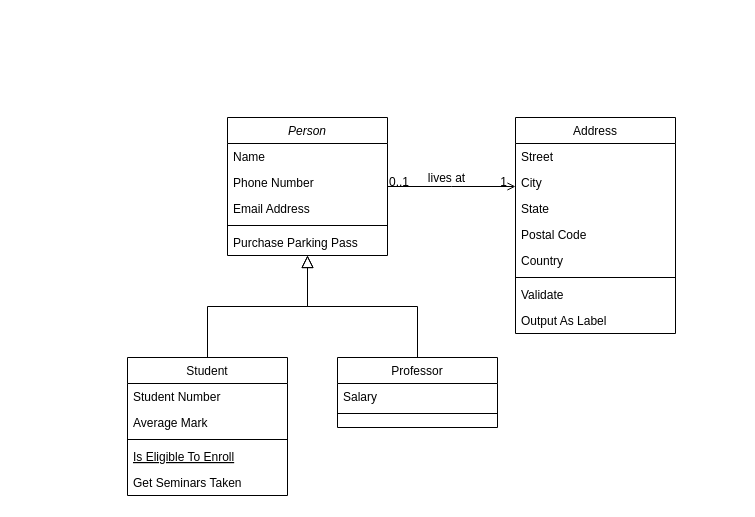
This is a. Examens&Opdrachten/Untitled Diagram.drawio from maartendebeuf/CSharpProgrammeren, a draw.io file, before an edit. Source tidied: cells renumbered, new cells numbered last; positions are measured from the earlier drawing's top-left corner, leaving out a move shared by most shapes. Both pictures are drawn from the tidied source at 100%, with x=0, y=0 at pixel (127, 117).
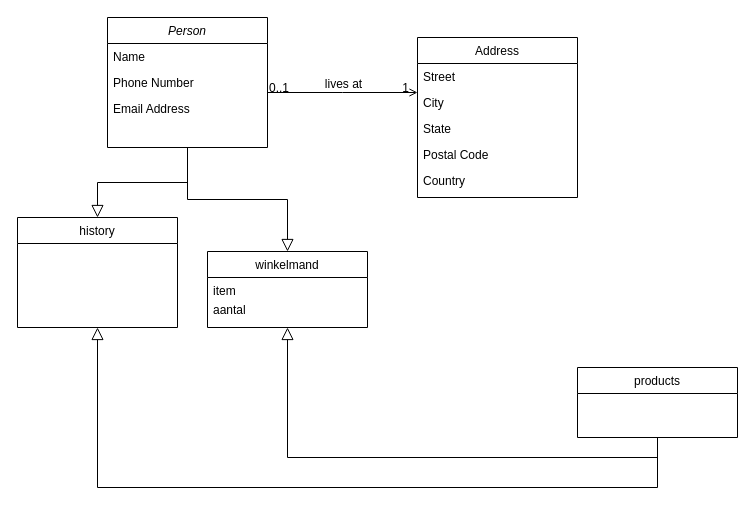
The same diagram, later.

Change to the diagram source:
```diff
@@
     <mxCell id="2" value="Person" style="swimlane;fontStyle=2;align=center;verticalAlign=top;horizontal=1;startSize=26;rounded=0;shadow=0;strokeWidth=1;" parent="1" vertex="1">
-      <mxGeometry x="100" width="160" height="138" as="geometry" />
+      <mxGeometry x="-20" y="-100" width="160" height="130" as="geometry" />
     </mxCell>
@@
-    <mxCell id="6" style="line;html=1;strokeWidth=1;align=left;verticalAlign=middle;spacingTop=-1;spacingLeft=3;spacingRight=3;labelPosition=right;" parent="2" vertex="1">
-      <mxGeometry y="104" width="160" height="8" as="geometry" />
-    </mxCell>
-    <mxCell id="7" value="Purchase Parking Pass" style="text;align=left;verticalAlign=top;spacingLeft=4;spacingRight=4;overflow=hidden;" parent="2" vertex="1">
-      <mxGeometry y="112" width="160" height="26" as="geometry" />
-    </mxCell>
-    <mxCell id="8" value="Student" style="swimlane;fontStyle=0;align=center;verticalAlign=top;horizontal=1;startSize=26;rounded=0;shadow=0;strokeWidth=1;" parent="1" vertex="1">
-      <mxGeometry y="240" width="160" height="138" as="geometry" />
+    <mxCell id="8" value="history" style="swimlane;fontStyle=0;align=center;verticalAlign=top;horizontal=1;startSize=26;rounded=0;shadow=0;strokeWidth=1;" parent="1" vertex="1">
+      <mxGeometry x="-110" y="100" width="160" height="110" as="geometry" />
     </mxCell>
-    <mxCell id="9" value="Student Number" style="text;align=left;verticalAlign=top;spacingLeft=4;spacingRight=4;overflow=hidden;" parent="8" vertex="1">
-      <mxGeometry y="26" width="160" height="26" as="geometry" />
-    </mxCell>
-    <mxCell id="10" value="Average Mark" style="text;align=left;verticalAlign=top;spacingLeft=4;spacingRight=4;overflow=hidden;rounded=0;shadow=0;html=0;" parent="8" vertex="1">
-      <mxGeometry y="52" width="160" height="26" as="geometry" />
-    </mxCell>
-    <mxCell id="11" style="line;html=1;strokeWidth=1;align=left;verticalAlign=middle;spacingTop=-1;spacingLeft=3;spacingRight=3;labelPosition=right;" parent="8" vertex="1">
-      <mxGeometry y="78" width="160" height="8" as="geometry" />
-    </mxCell>
-    <mxCell id="12" value="Is Eligible To Enroll" style="text;align=left;verticalAlign=top;spacingLeft=4;spacingRight=4;overflow=hidden;fontStyle=4;" parent="8" vertex="1">
-      <mxGeometry y="86" width="160" height="26" as="geometry" />
-    </mxCell>
-    <mxCell id="13" value="Get Seminars Taken" style="text;align=left;verticalAlign=top;spacingLeft=4;spacingRight=4;overflow=hidden;" parent="8" vertex="1">
-      <mxGeometry y="112" width="160" height="26" as="geometry" />
-    </mxCell>
-    <mxCell id="14" style="endArrow=block;endSize=10;endFill=0;shadow=0;strokeWidth=1;rounded=0;edgeStyle=elbowEdgeStyle;elbow=vertical;" parent="1" edge="1" source="8" target="2">
+    <mxCell id="14" style="endArrow=block;endSize=10;endFill=0;shadow=0;strokeWidth=1;rounded=0;edgeStyle=elbowEdgeStyle;elbow=vertical;entryX=0.5;entryY=0;entryDx=0;entryDy=0;exitX=0.5;exitY=1;exitDx=0;exitDy=0;" parent="1" edge="1" source="2" target="8">
       <mxGeometry relative="1" as="geometry" />
     </mxCell>
-    <mxCell id="15" value="Professor" style="swimlane;fontStyle=0;align=center;verticalAlign=top;horizontal=1;startSize=26;rounded=0;shadow=0;strokeWidth=1;" parent="1" vertex="1">
-      <mxGeometry x="210" y="240" width="160" height="70" as="geometry" />
+    <mxCell id="15" value="winkelmand" style="swimlane;fontStyle=0;align=center;verticalAlign=top;horizontal=1;startSize=26;rounded=0;shadow=0;strokeWidth=1;" parent="1" vertex="1">
+      <mxGeometry x="80" y="134" width="160" height="76" as="geometry" />
     </mxCell>
-    <mxCell id="16" value="Salary" style="text;align=left;verticalAlign=top;spacingLeft=4;spacingRight=4;overflow=hidden;" parent="15" vertex="1">
+    <mxCell id="16" value="item&#10;" style="text;align=left;verticalAlign=top;spacingLeft=4;spacingRight=4;overflow=hidden;" parent="15" vertex="1">
       <mxGeometry y="26" width="160" height="26" as="geometry" />
     </mxCell>
-    <mxCell id="17" style="line;html=1;strokeWidth=1;align=left;verticalAlign=middle;spacingTop=-1;spacingLeft=3;spacingRight=3;labelPosition=right;" parent="15" vertex="1">
-      <mxGeometry y="52" width="160" height="8" as="geometry" />
-    </mxCell>
-    <mxCell id="18" style="endArrow=block;endSize=10;endFill=0;shadow=0;strokeWidth=1;rounded=0;edgeStyle=elbowEdgeStyle;elbow=vertical;" parent="1" edge="1" source="15" target="2">
+    <mxCell id="18" style="endArrow=block;endSize=10;endFill=0;shadow=0;strokeWidth=1;rounded=0;edgeStyle=elbowEdgeStyle;elbow=vertical;entryX=0.5;entryY=0;entryDx=0;entryDy=0;exitX=0.5;exitY=1;exitDx=0;exitDy=0;" parent="1" edge="1" source="2" target="15">
       <mxGeometry relative="1" as="geometry" />
     </mxCell>
     <mxCell id="19" value="Address" style="swimlane;fontStyle=0;align=center;verticalAlign=top;horizontal=1;startSize=26;rounded=0;shadow=0;strokeWidth=1;" parent="1" vertex="1">
-      <mxGeometry x="388" width="160" height="216" as="geometry" />
+      <mxGeometry x="290" y="-80" width="160" height="160" as="geometry" />
     </mxCell>
@@
-    <mxCell id="25" style="line;html=1;strokeWidth=1;align=left;verticalAlign=middle;spacingTop=-1;spacingLeft=3;spacingRight=3;labelPosition=right;" parent="19" vertex="1">
-      <mxGeometry y="156" width="160" height="8" as="geometry" />
-    </mxCell>
-    <mxCell id="26" value="Validate" style="text;align=left;verticalAlign=top;spacingLeft=4;spacingRight=4;overflow=hidden;" parent="19" vertex="1">
-      <mxGeometry y="164" width="160" height="26" as="geometry" />
-    </mxCell>
-    <mxCell id="27" value="Output As Label" style="text;align=left;verticalAlign=top;spacingLeft=4;spacingRight=4;overflow=hidden;" parent="19" vertex="1">
-      <mxGeometry y="190" width="160" height="26" as="geometry" />
-    </mxCell>
@@
+    <mxCell id="32" value="products" style="swimlane;fontStyle=0;align=center;verticalAlign=top;horizontal=1;startSize=26;rounded=0;shadow=0;strokeWidth=1;" parent="1" vertex="1">
+      <mxGeometry x="450" y="250" width="160" height="70" as="geometry" />
+    </mxCell>
+    <mxCell id="33" style="endArrow=block;endSize=10;endFill=0;shadow=0;strokeWidth=1;rounded=0;edgeStyle=elbowEdgeStyle;elbow=vertical;entryX=0.5;entryY=1;entryDx=0;entryDy=0;exitX=0.5;exitY=1;exitDx=0;exitDy=0;" parent="1" edge="1" source="32" target="15">
+      <mxGeometry relative="1" as="geometry">
+        <Array as="points">
+          <mxPoint x="350" y="340" />
+          <mxPoint x="400" y="360" />
+        </Array>
+      </mxGeometry>
+    </mxCell>
+    <mxCell id="34" style="endArrow=block;endSize=10;endFill=0;shadow=0;strokeWidth=1;rounded=0;edgeStyle=elbowEdgeStyle;elbow=vertical;exitX=0.5;exitY=1;exitDx=0;exitDy=0;entryX=0.5;entryY=1;entryDx=0;entryDy=0;" parent="1" edge="1" source="32" target="8">
+      <mxGeometry relative="1" as="geometry">
+        <Array as="points">
+          <mxPoint x="250" y="370" />
+          <mxPoint x="410" y="370" />
+        </Array>
+      </mxGeometry>
+    </mxCell>
+    <mxCell id="35" value="aantal" style="text;align=left;verticalAlign=top;spacingLeft=4;spacingRight=4;overflow=hidden;" parent="1" vertex="1">
+      <mxGeometry x="80" y="179" width="160" height="26" as="geometry" />
+    </mxCell>
```
